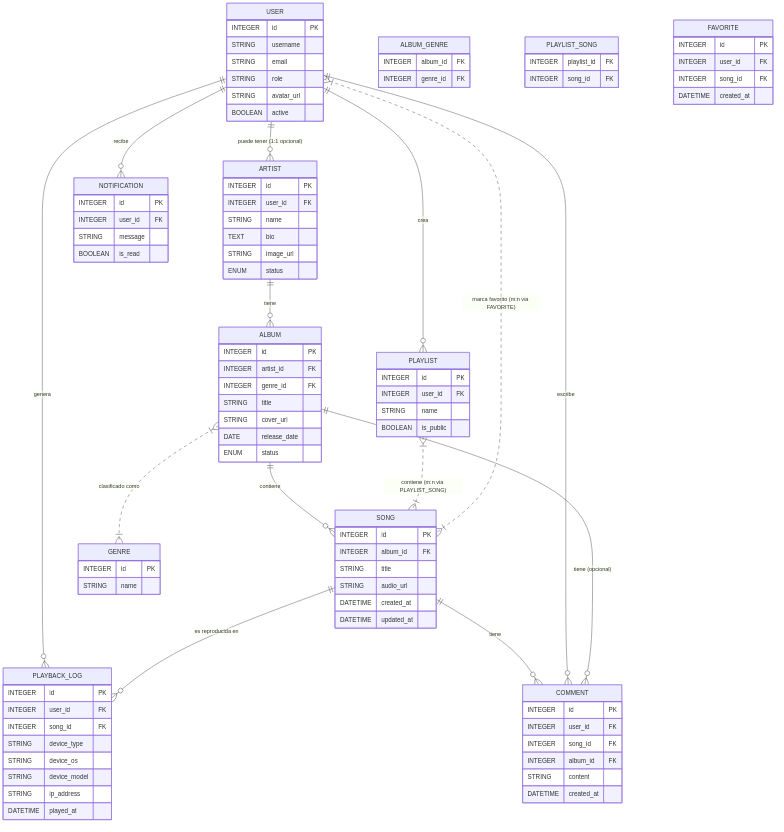
The Mermaid diagram docs/data-model.png in jamesTautiva/BITTU-API, before a commit. Its source is kept beside it as docs/data-model.mmd. Source of this version:
```mermaid
erDiagram
  USER {
    INTEGER id PK
    STRING username
    STRING email
    STRING role
    STRING avatar_url
    BOOLEAN active
  }

  ARTIST {
    INTEGER id PK
    INTEGER user_id FK
    STRING name
    TEXT bio
    STRING image_url
    ENUM status
  }

  ALBUM {
    INTEGER id PK
    INTEGER artist_id FK
    INTEGER genre_id FK
    STRING title
    STRING cover_url
    DATE release_date
    ENUM status
  }

  SONG {
    INTEGER id PK
    INTEGER album_id FK
    STRING title
    STRING audio_url
    DATETIME created_at
    DATETIME updated_at
  }

  COMMENT {
    INTEGER id PK
    INTEGER user_id FK
    INTEGER song_id FK
    INTEGER album_id FK
    STRING content
    DATETIME created_at
  }

  GENRE {
    INTEGER id PK
    STRING name
  }

  ALBUM_GENRE {
    INTEGER album_id FK
    INTEGER genre_id FK
  }

  PLAYLIST {
    INTEGER id PK
    INTEGER user_id FK
    STRING name
    BOOLEAN is_public
  }

  PLAYLIST_SONG {
    INTEGER playlist_id FK
    INTEGER song_id FK
  }

  FAVORITE {
    INTEGER id PK
    INTEGER user_id FK
    INTEGER song_id FK
    DATETIME created_at
  }

  NOTIFICATION {
    INTEGER id PK
    INTEGER user_id FK
    STRING message
    BOOLEAN is_read
  }

  PLAYBACK_LOG {
    INTEGER id PK
    INTEGER user_id FK
    INTEGER song_id FK
    STRING device_type
    STRING device_os
    STRING device_model
    STRING ip_address
    DATETIME played_at
  }

  USER ||--o{ ARTIST : "puede tener (1:1 opcional)"
  ARTIST ||--o{ ALBUM : "tiene"
  ALBUM ||--o{ SONG : "contiene"
  SONG ||--o{ COMMENT : "tiene"
  USER ||--o{ COMMENT : "escribe"
  ALBUM ||--o{ COMMENT : "tiene (opcional)"
  ALBUM }|..|{ GENRE : "clasificado como"
  PLAYLIST }|..|{ SONG : "contiene (m:n via PLAYLIST_SONG)"
  USER }|..|{ SONG : "marca favorito (m:n via FAVORITE)"
  USER ||--o{ PLAYLIST : "crea"
  USER ||--o{ NOTIFICATION : "recibe"
  USER ||--o{ PLAYBACK_LOG : "genera"
  SONG ||--o{ PLAYBACK_LOG : "es reproducida en"
```
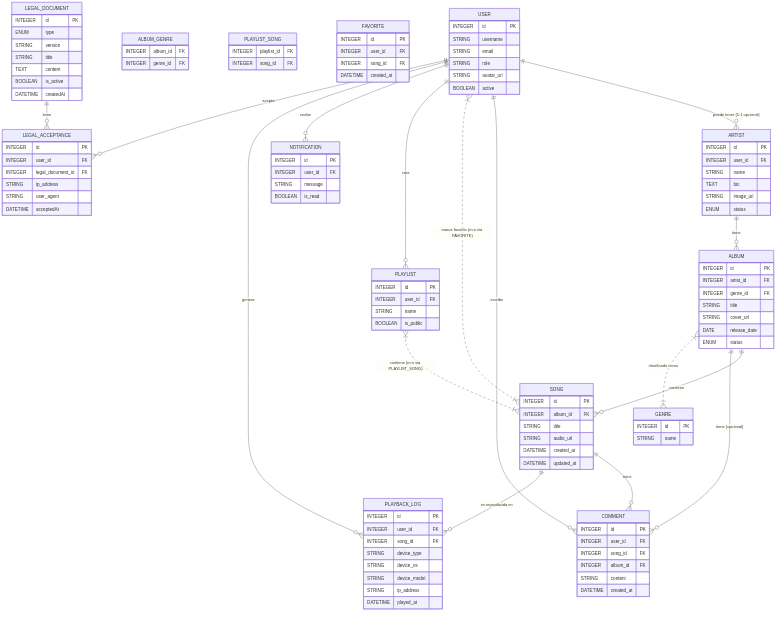
Later version of the same file.

What changed in the source:
```diff
@@ -92,6 +92,25 @@
     DATETIME played_at
   }
 
+  LEGAL_DOCUMENT {
+    INTEGER id PK
+    ENUM type
+    STRING version
+    STRING title
+    TEXT content
+    BOOLEAN is_active
+    DATETIME createdAt
+  }
+
+  LEGAL_ACCEPTANCE {
+    INTEGER id PK
+    INTEGER user_id FK
+    INTEGER legal_document_id FK
+    STRING ip_address
+    STRING user_agent
+    DATETIME acceptedAt
+  }
+
   USER ||--o{ ARTIST : "puede tener (1:1 opcional)"
   ARTIST ||--o{ ALBUM : "tiene"
   ALBUM ||--o{ SONG : "contiene"
@@ -105,3 +124,5 @@
   USER ||--o{ NOTIFICATION : "recibe"
   USER ||--o{ PLAYBACK_LOG : "genera"
   SONG ||--o{ PLAYBACK_LOG : "es reproducida en"
+  LEGAL_DOCUMENT ||--o{ LEGAL_ACCEPTANCE : "tiene"
+  USER ||--o{ LEGAL_ACCEPTANCE : "acepta"
```
